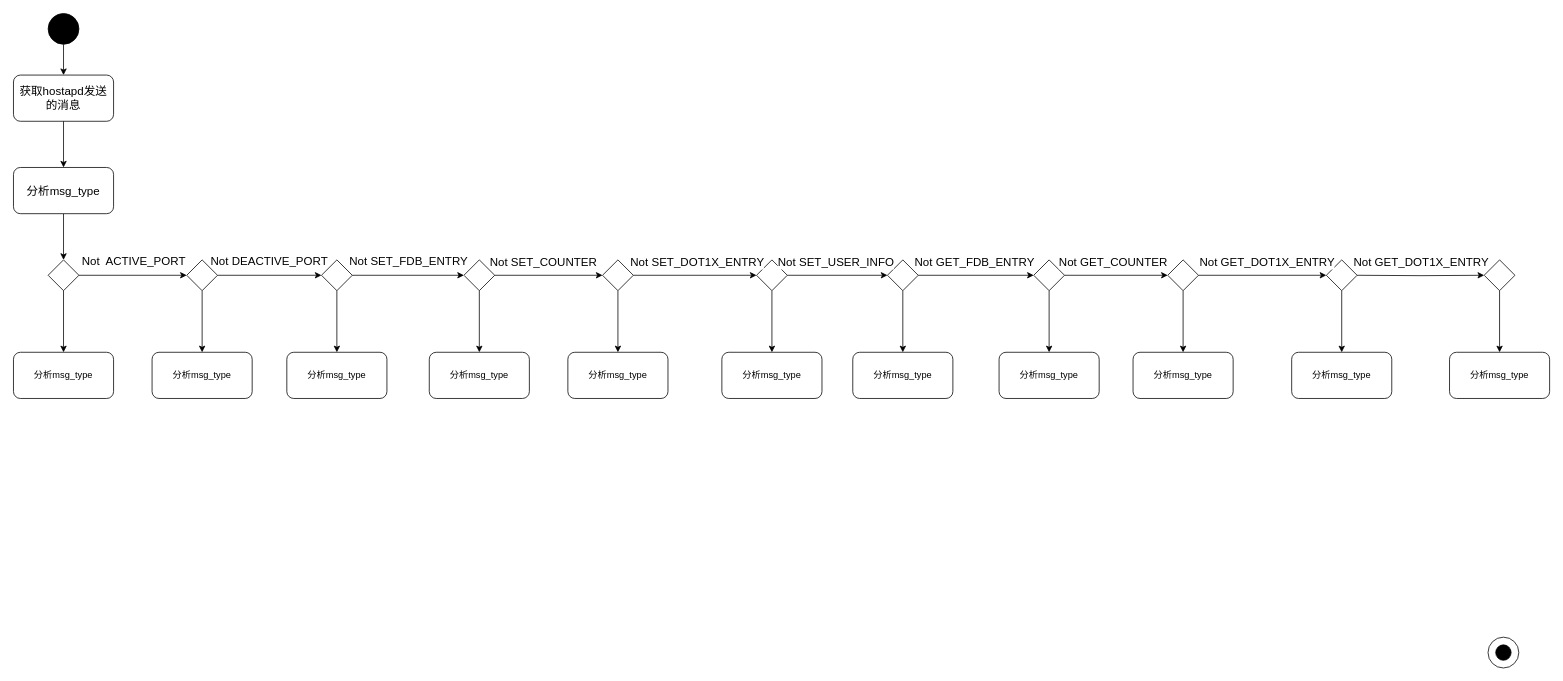
PATORITU/PATORITU keeps this draw.io diagram as 未命名绘图.drawio. Above is the earlier version. Source tidied: cells renumbered, new cells numbered last; positions are measured from the earlier drawing's top-left corner, leaving out a move shared by most shapes. Both pictures are drawn from the tidied source at 77%, with x=0, y=0 at pixel (13, 13).
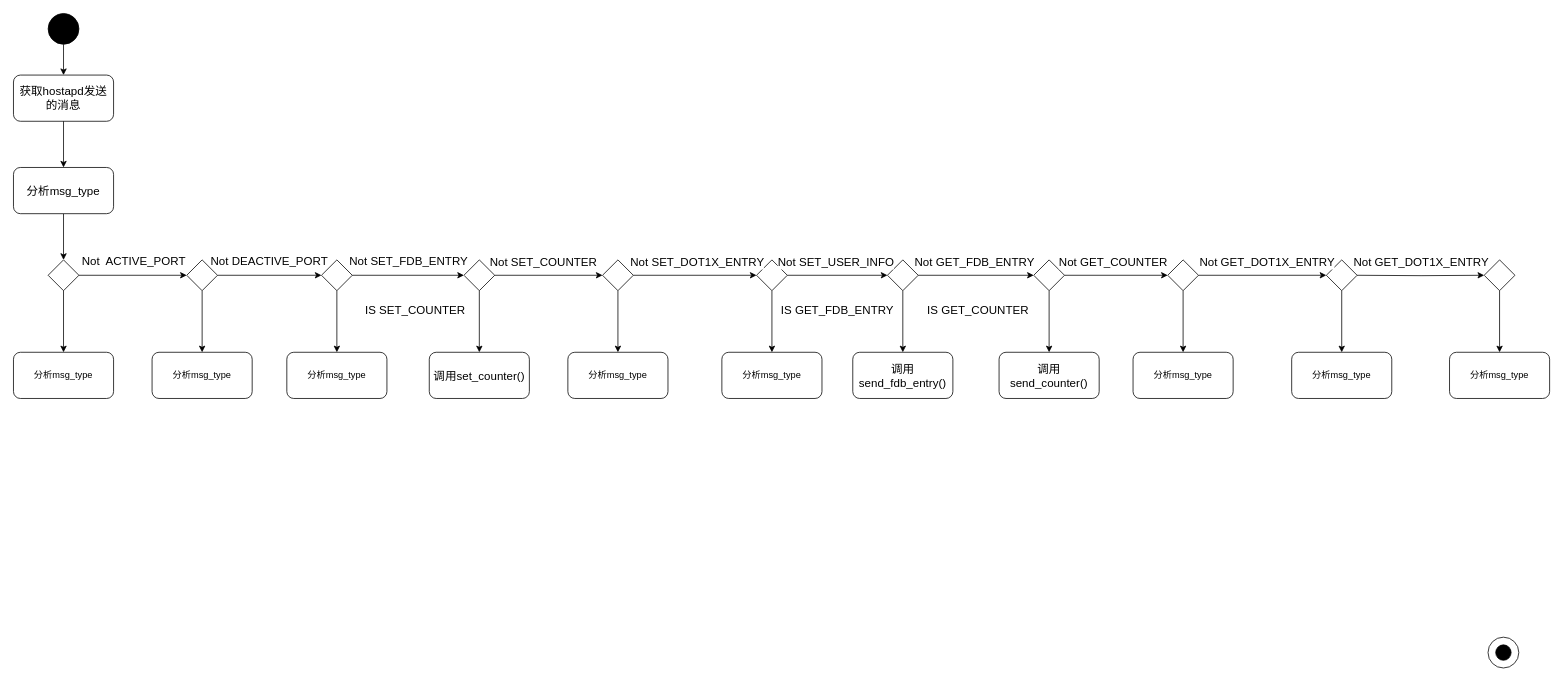
After the change.

Commit message:
更新未命名绘图.drawio

Diff of the diagram source:
```diff
@@
-    <mxCell id="18" value="&lt;font style=&quot;font-size: 15px;&quot;&gt;分析msg_type&lt;/font&gt;" style="rounded=1;whiteSpace=wrap;html=1;" parent="1" vertex="1">
+    <mxCell id="18" value="&lt;font style=&quot;font-size: 15px;&quot;&gt;分析msg_type&lt;/font&gt;" style="rounded=1;whiteSpace=wrap;html=1;fontSize=15;" parent="1" vertex="1">
       <mxGeometry y="200" width="130" height="60" as="geometry" />
     </mxCell>
@@
-    <mxCell id="43" value="分析msg_type" style="rounded=1;whiteSpace=wrap;html=1;" parent="1" vertex="1">
+    <mxCell id="43" value="&lt;font style=&quot;font-size: 15px;&quot;&gt;调用set_counter()&lt;/font&gt;" style="rounded=1;whiteSpace=wrap;html=1;" parent="1" vertex="1">
       <mxGeometry x="540" y="440" width="130" height="60" as="geometry" />
     </mxCell>
@@
-    <mxCell id="46" value="分析msg_type" style="rounded=1;whiteSpace=wrap;html=1;" parent="1" vertex="1">
+    <mxCell id="46" value="&lt;font style=&quot;font-size: 15px;&quot;&gt;调用send_fdb_entry()&lt;/font&gt;" style="rounded=1;whiteSpace=wrap;html=1;" parent="1" vertex="1">
       <mxGeometry x="1090" y="440" width="130" height="60" as="geometry" />
     </mxCell>
-    <mxCell id="47" value="分析msg_type" style="rounded=1;whiteSpace=wrap;html=1;" parent="1" vertex="1">
+    <mxCell id="47" value="&lt;font style=&quot;font-size: 15px;&quot;&gt;调用send_counter()&lt;/font&gt;" style="rounded=1;whiteSpace=wrap;html=1;" parent="1" vertex="1">
       <mxGeometry x="1280" y="440" width="130" height="60" as="geometry" />
     </mxCell>
@@
+    <mxCell id="63" value="&lt;font style=&quot;font-size: 15px;&quot;&gt;IS GET_FDB_ENTRY&lt;/font&gt;" style="text;whiteSpace=wrap;html=1;" parent="1" vertex="1">
+      <mxGeometry x="995" y="370" width="160" height="40" as="geometry" />
+    </mxCell>
+    <mxCell id="64" value="&lt;font style=&quot;font-size: 15px;&quot;&gt;IS GET_COUNTER&lt;/font&gt;" style="text;whiteSpace=wrap;html=1;" parent="1" vertex="1">
+      <mxGeometry x="1185" y="370" width="150" height="40" as="geometry" />
+    </mxCell>
+    <mxCell id="65" value="&lt;font style=&quot;font-size: 15px;&quot;&gt;IS SET_COUNTER&lt;/font&gt;" style="text;whiteSpace=wrap;html=1;" parent="1" vertex="1">
+      <mxGeometry x="455" y="370" width="160" height="40" as="geometry" />
+    </mxCell>
```
